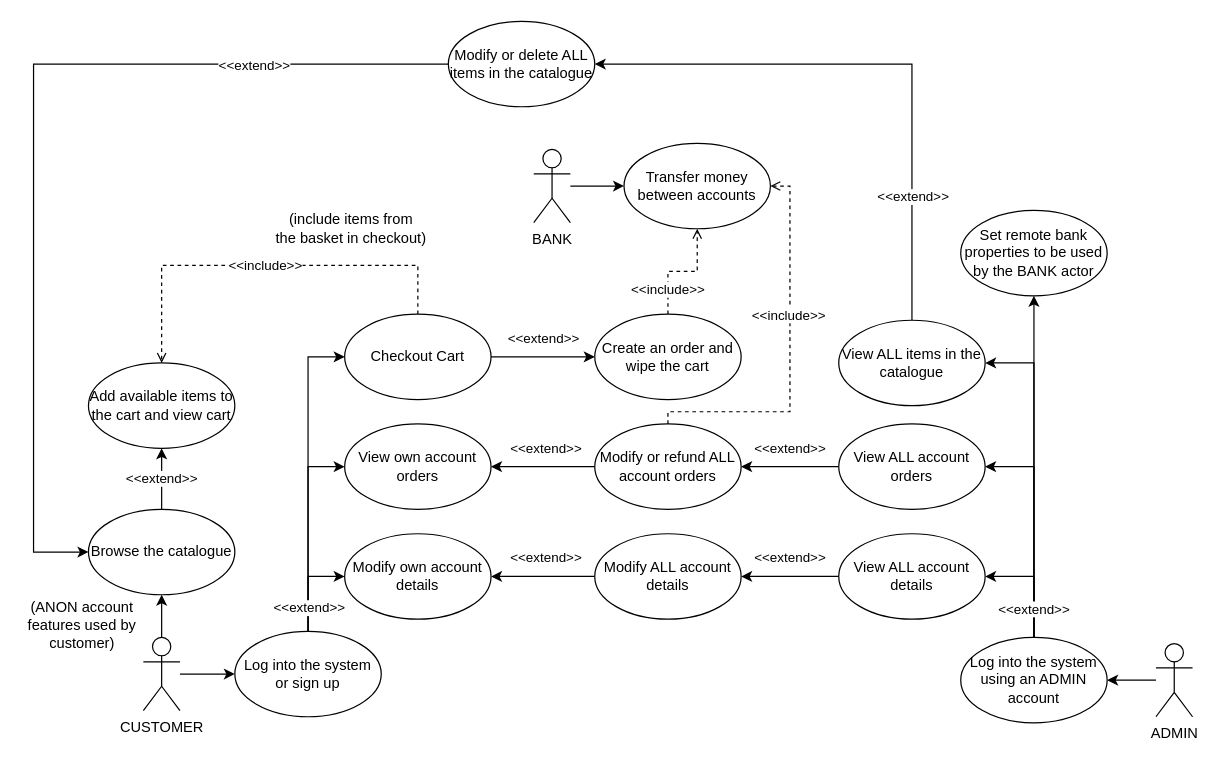
Before: ae2/documentation/drawio/ae2usecases.drawio in WT000/JAVAAE2, a draw.io diagram. Source tidied: cells renumbered, new cells numbered last; positions are measured from the earlier drawing's top-left corner, leaving out a move shared by most shapes. Both pictures are drawn from the tidied source at 122%, with x=0, y=0 at pixel (21, 21).
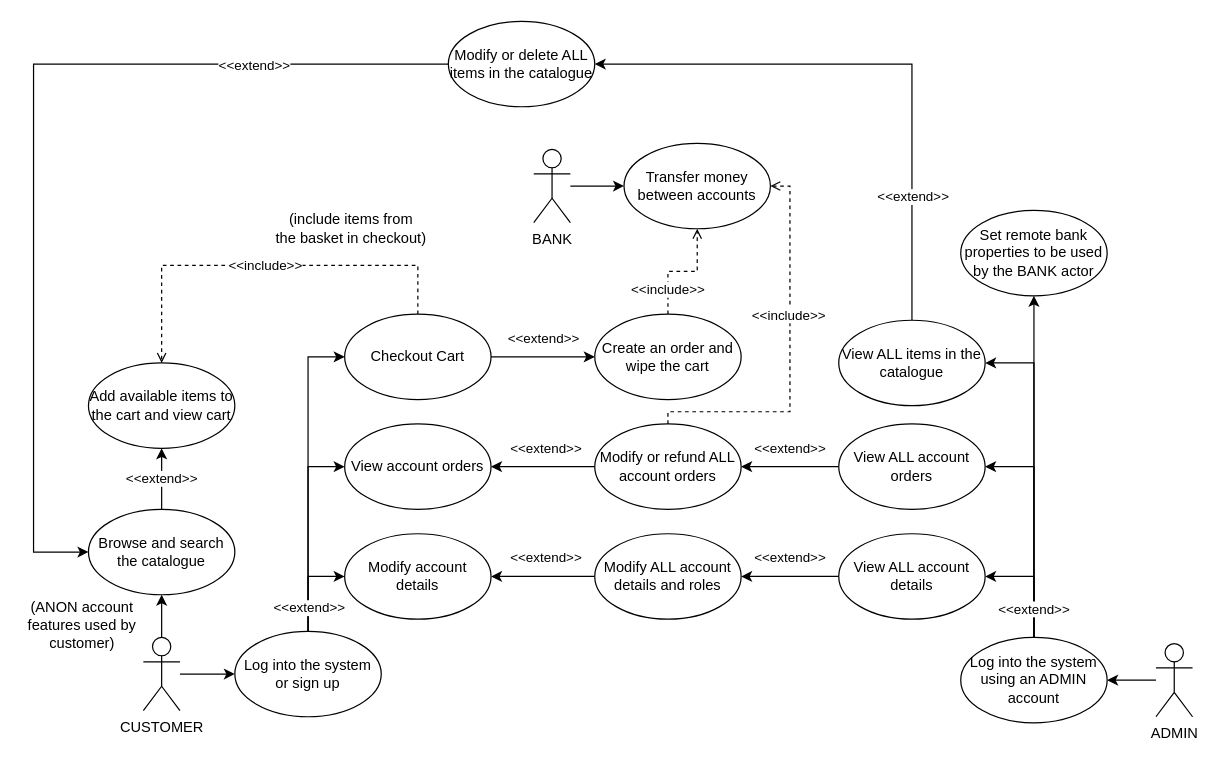
After the change.

Commit message (it also covers changes not shown here):
Improved diagrams

Diff of the diagram source:
```diff
@@
-    <mxCell id="21" value="Browse the catalogue" style="ellipse;whiteSpace=wrap;html=1;" parent="1" vertex="1">
+    <mxCell id="21" value="Browse and search the catalogue" style="ellipse;whiteSpace=wrap;html=1;" parent="1" vertex="1">
       <mxGeometry x="55" y="400" width="120" height="70" as="geometry" />
     </mxCell>
@@
-    <mxCell id="23" value="Modify own account details" style="ellipse;whiteSpace=wrap;html=1;" parent="1" vertex="1">
+    <mxCell id="23" value="Modify account details" style="ellipse;whiteSpace=wrap;html=1;" parent="1" vertex="1">
       <mxGeometry x="265" y="420" width="120" height="70" as="geometry" />
     </mxCell>
-    <mxCell id="24" value="View own account orders" style="ellipse;whiteSpace=wrap;html=1;" parent="1" vertex="1">
+    <mxCell id="24" value="View account orders" style="ellipse;whiteSpace=wrap;html=1;" parent="1" vertex="1">
       <mxGeometry x="265" y="330" width="120" height="70" as="geometry" />
     </mxCell>
@@
-    <mxCell id="44" value="Modify ALL account details" style="ellipse;whiteSpace=wrap;html=1;" parent="1" vertex="1">
+    <mxCell id="44" value="Modify ALL account details and roles" style="ellipse;whiteSpace=wrap;html=1;" parent="1" vertex="1">
       <mxGeometry x="470" y="420" width="120" height="70" as="geometry" />
     </mxCell>
```
